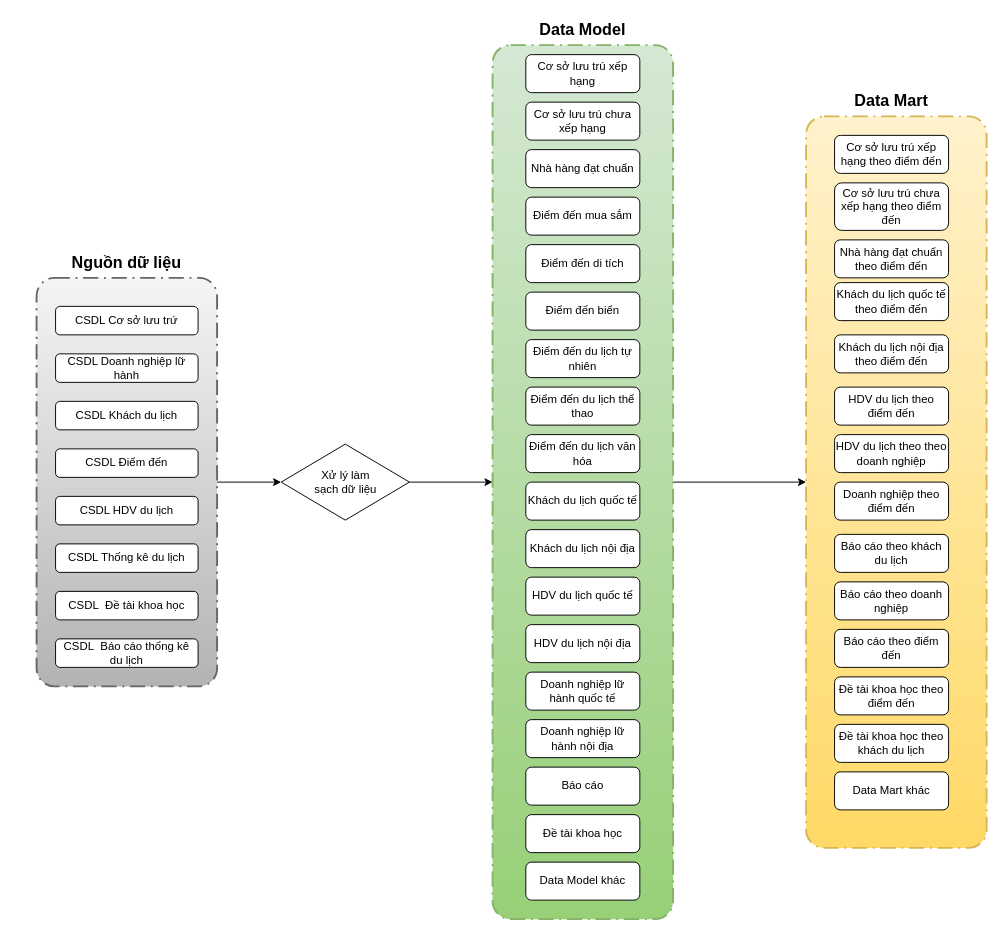
Before: page "Page-4" (4 of 5) of so-do-draw/tcdl.drawio in letheanh12345/Draw-io, a draw.io diagram. Source tidied: cells renumbered, new cells numbered last; positions are measured from the earlier drawing's top-left corner, leaving out a move shared by most shapes. Both pictures are drawn from the tidied source at 95%, with x=0, y=0 at pixel (36, 16).
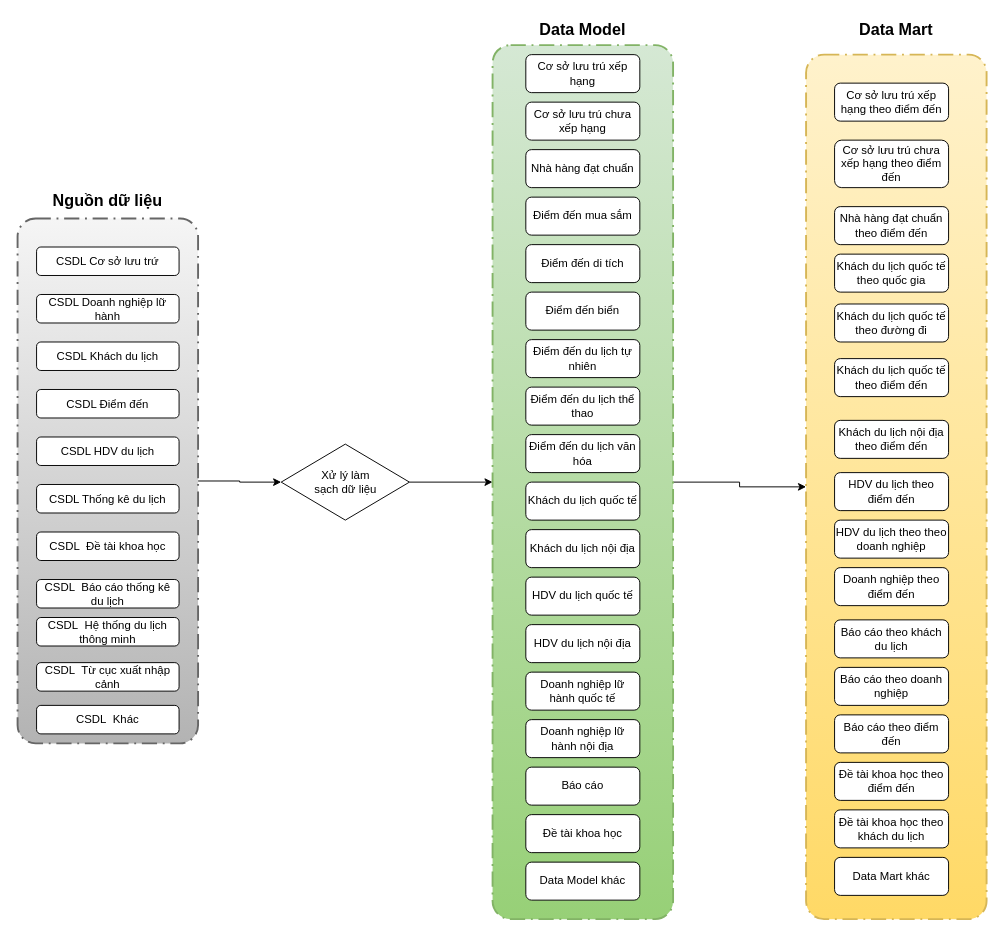
Above is the later version.

What changed in the source:
```diff
@@
     <mxCell id="3" style="points=[[0.25,0,0],[0.5,0,0],[0.75,0,0],[1,0.25,0],[1,0.5,0],[1,0.75,0],[0.75,1,0],[0.5,1,0],[0.25,1,0],[0,0.75,0],[0,0.5,0],[0,0.25,0]];rounded=1;arcSize=10;dashed=1;strokeColor=#666666;fillColor=#f5f5f5;gradientColor=#b3b3b3;dashPattern=8 3 1 3;strokeWidth=2;fontStyle=1;fontSize=20;" parent="1" vertex="1">
-      <mxGeometry y="275" width="190" height="430" as="geometry" />
+      <mxGeometry x="-20" y="212.5" width="190" height="552.5" as="geometry" />
     </mxCell>
     <mxCell id="4" value="CSDL Cơ sở lưu trứ" style="rounded=1;whiteSpace=wrap;html=1;" parent="1" vertex="1">
-      <mxGeometry x="20" y="305" width="150" height="30" as="geometry" />
+      <mxGeometry y="242.5" width="150" height="30" as="geometry" />
     </mxCell>
     <mxCell id="5" value="CSDL Doanh nghiệp lữ hành" style="rounded=1;whiteSpace=wrap;html=1;" parent="1" vertex="1">
-      <mxGeometry x="20" y="355" width="150" height="30" as="geometry" />
+      <mxGeometry y="292.5" width="150" height="30" as="geometry" />
     </mxCell>
     <mxCell id="6" value="CSDL Khách du lịch" style="rounded=1;whiteSpace=wrap;html=1;" parent="1" vertex="1">
-      <mxGeometry x="20" y="405" width="150" height="30" as="geometry" />
+      <mxGeometry y="342.5" width="150" height="30" as="geometry" />
     </mxCell>
     <mxCell id="7" value="CSDL Điểm đến" style="rounded=1;whiteSpace=wrap;html=1;" parent="1" vertex="1">
-      <mxGeometry x="20" y="455" width="150" height="30" as="geometry" />
+      <mxGeometry y="392.5" width="150" height="30" as="geometry" />
     </mxCell>
     <mxCell id="8" value="CSDL HDV du lịch" style="rounded=1;whiteSpace=wrap;html=1;" parent="1" vertex="1">
-      <mxGeometry x="20" y="505" width="150" height="30" as="geometry" />
+      <mxGeometry y="442.5" width="150" height="30" as="geometry" />
     </mxCell>
     <mxCell id="9" value="CSDL Thống kê du lịch" style="rounded=1;whiteSpace=wrap;html=1;" parent="1" vertex="1">
-      <mxGeometry x="20" y="555" width="150" height="30" as="geometry" />
+      <mxGeometry y="492.5" width="150" height="30" as="geometry" />
     </mxCell>
     <mxCell id="10" value="CSDL&amp;nbsp; Đề tài khoa học" style="rounded=1;whiteSpace=wrap;html=1;" parent="1" vertex="1">
-      <mxGeometry x="20" y="605" width="150" height="30" as="geometry" />
+      <mxGeometry y="542.5" width="150" height="30" as="geometry" />
     </mxCell>
     <mxCell id="11" value="CSDL&amp;nbsp; Báo cáo thống kê du lịch" style="rounded=1;whiteSpace=wrap;html=1;" parent="1" vertex="1">
-      <mxGeometry x="20" y="655" width="150" height="30" as="geometry" />
+      <mxGeometry y="592.5" width="150" height="30" as="geometry" />
     </mxCell>
@@
     <mxCell id="34" value="&lt;b&gt;&lt;font style=&quot;font-size: 17px;&quot;&gt;Nguồn dữ liệu&lt;/font&gt;&lt;/b&gt;" style="text;html=1;strokeColor=none;fillColor=none;align=center;verticalAlign=middle;whiteSpace=wrap;rounded=0;" parent="1" vertex="1">
-      <mxGeometry x="20" y="245" width="150" height="30" as="geometry" />
+      <mxGeometry y="180" width="150" height="30" as="geometry" />
     </mxCell>
@@
     <mxCell id="36" style="points=[[0.25,0,0],[0.5,0,0],[0.75,0,0],[1,0.25,0],[1,0.5,0],[1,0.75,0],[0.75,1,0],[0.5,1,0],[0.25,1,0],[0,0.75,0],[0,0.5,0],[0,0.25,0]];rounded=1;arcSize=10;dashed=1;strokeColor=#d6b656;fillColor=#fff2cc;gradientColor=#ffd966;dashPattern=8 3 1 3;strokeWidth=2;fontStyle=1;fontSize=20;" parent="1" vertex="1">
-      <mxGeometry x="810" y="105" width="190" height="770" as="geometry" />
+      <mxGeometry x="810" y="40" width="190" height="910" as="geometry" />
     </mxCell>
     <mxCell id="37" value="Cơ sở lưu trú xếp hạng theo điểm đến" style="rounded=1;whiteSpace=wrap;html=1;" parent="1" vertex="1">
-      <mxGeometry x="840" y="125" width="120" height="40" as="geometry" />
+      <mxGeometry x="840" y="70" width="120" height="40" as="geometry" />
     </mxCell>
     <mxCell id="38" value="Cơ sở lưu trú chưa xếp hạng theo điểm đến" style="rounded=1;whiteSpace=wrap;html=1;" parent="1" vertex="1">
-      <mxGeometry x="840" y="175" width="120" height="50" as="geometry" />
+      <mxGeometry x="840" y="130" width="120" height="50" as="geometry" />
     </mxCell>
     <mxCell id="39" value="Nhà hàng đạt chuẩn theo điểm đến" style="rounded=1;whiteSpace=wrap;html=1;" parent="1" vertex="1">
-      <mxGeometry x="840" y="235" width="120" height="40" as="geometry" />
+      <mxGeometry x="840" y="200" width="120" height="40" as="geometry" />
     </mxCell>
     <mxCell id="40" value="Khách du lịch quốc tế theo điểm đến" style="rounded=1;whiteSpace=wrap;html=1;" parent="1" vertex="1">
-      <mxGeometry x="840" y="280" width="120" height="40" as="geometry" />
+      <mxGeometry x="840" y="360" width="120" height="40" as="geometry" />
     </mxCell>
     <mxCell id="41" value="Khách du lịch nội địa theo điểm đến" style="rounded=1;whiteSpace=wrap;html=1;" parent="1" vertex="1">
-      <mxGeometry x="840" y="335" width="120" height="40" as="geometry" />
+      <mxGeometry x="840" y="425" width="120" height="40" as="geometry" />
     </mxCell>
@@
     <mxCell id="43" value="HDV du lịch theo điểm đến" style="rounded=1;whiteSpace=wrap;html=1;" parent="1" vertex="1">
-      <mxGeometry x="840" y="390" width="120" height="40" as="geometry" />
+      <mxGeometry x="840" y="480" width="120" height="40" as="geometry" />
     </mxCell>
     <mxCell id="44" value="HDV du lịch theo theo doanh nghiệp" style="rounded=1;whiteSpace=wrap;html=1;" parent="1" vertex="1">
-      <mxGeometry x="840" y="440" width="120" height="40" as="geometry" />
+      <mxGeometry x="840" y="530" width="120" height="40" as="geometry" />
     </mxCell>
     <mxCell id="45" value="Doanh nghiệp theo điểm đến" style="rounded=1;whiteSpace=wrap;html=1;" parent="1" vertex="1">
-      <mxGeometry x="840" y="490" width="120" height="40" as="geometry" />
+      <mxGeometry x="840" y="580" width="120" height="40" as="geometry" />
     </mxCell>
     <mxCell id="46" value="Báo cáo theo khách du lịch" style="rounded=1;whiteSpace=wrap;html=1;" parent="1" vertex="1">
-      <mxGeometry x="840" y="545" width="120" height="40" as="geometry" />
+      <mxGeometry x="840" y="635" width="120" height="40" as="geometry" />
     </mxCell>
     <mxCell id="47" value="Báo cáo theo doanh nghiệp" style="rounded=1;whiteSpace=wrap;html=1;" parent="1" vertex="1">
-      <mxGeometry x="840" y="595" width="120" height="40" as="geometry" />
+      <mxGeometry x="840" y="685" width="120" height="40" as="geometry" />
     </mxCell>
     <mxCell id="48" value="Báo cáo theo điểm đến" style="rounded=1;whiteSpace=wrap;html=1;" parent="1" vertex="1">
-      <mxGeometry x="840" y="645" width="120" height="40" as="geometry" />
+      <mxGeometry x="840" y="735" width="120" height="40" as="geometry" />
     </mxCell>
     <mxCell id="49" value="Đề tài khoa học theo điểm đến" style="rounded=1;whiteSpace=wrap;html=1;" parent="1" vertex="1">
-      <mxGeometry x="840" y="695" width="120" height="40" as="geometry" />
+      <mxGeometry x="840" y="785" width="120" height="40" as="geometry" />
     </mxCell>
     <mxCell id="50" value="Đề tài khoa học theo khách du lịch" style="rounded=1;whiteSpace=wrap;html=1;" parent="1" vertex="1">
-      <mxGeometry x="840" y="745" width="120" height="40" as="geometry" />
+      <mxGeometry x="840" y="835" width="120" height="40" as="geometry" />
     </mxCell>
     <mxCell id="51" value="Data Mart khác" style="rounded=1;whiteSpace=wrap;html=1;" parent="1" vertex="1">
-      <mxGeometry x="840" y="795" width="120" height="40" as="geometry" />
+      <mxGeometry x="840" y="885" width="120" height="40" as="geometry" />
     </mxCell>
     <mxCell id="52" value="&lt;b&gt;&lt;font style=&quot;font-size: 17px;&quot;&gt;Data Mart&lt;/font&gt;&lt;/b&gt;" style="text;html=1;strokeColor=none;fillColor=none;align=center;verticalAlign=middle;whiteSpace=wrap;rounded=0;" parent="1" vertex="1">
-      <mxGeometry x="815" y="75" width="170" height="30" as="geometry" />
+      <mxGeometry x="820" width="170" height="30" as="geometry" />
     </mxCell>
+    <mxCell id="53" value="CSDL&amp;nbsp; Từ cục xuất nhập cảnh" style="rounded=1;whiteSpace=wrap;html=1;" parent="1" vertex="1">
+      <mxGeometry y="680" width="150" height="30" as="geometry" />
+    </mxCell>
+    <mxCell id="54" value="CSDL&amp;nbsp; Hệ thống du lịch thông minh" style="rounded=1;whiteSpace=wrap;html=1;" parent="1" vertex="1">
+      <mxGeometry y="632.5" width="150" height="30" as="geometry" />
+    </mxCell>
+    <mxCell id="55" value="CSDL&amp;nbsp; Khác" style="rounded=1;whiteSpace=wrap;html=1;" parent="1" vertex="1">
+      <mxGeometry y="725" width="150" height="30" as="geometry" />
+    </mxCell>
+    <mxCell id="56" value="Khách du lịch quốc tế theo quốc gia" style="rounded=1;whiteSpace=wrap;html=1;" parent="1" vertex="1">
+      <mxGeometry x="840" y="250" width="120" height="40" as="geometry" />
+    </mxCell>
+    <mxCell id="57" value="Khách du lịch quốc tế theo đường đi" style="rounded=1;whiteSpace=wrap;html=1;" parent="1" vertex="1">
+      <mxGeometry x="840" y="302.5" width="120" height="40" as="geometry" />
+    </mxCell>
```
